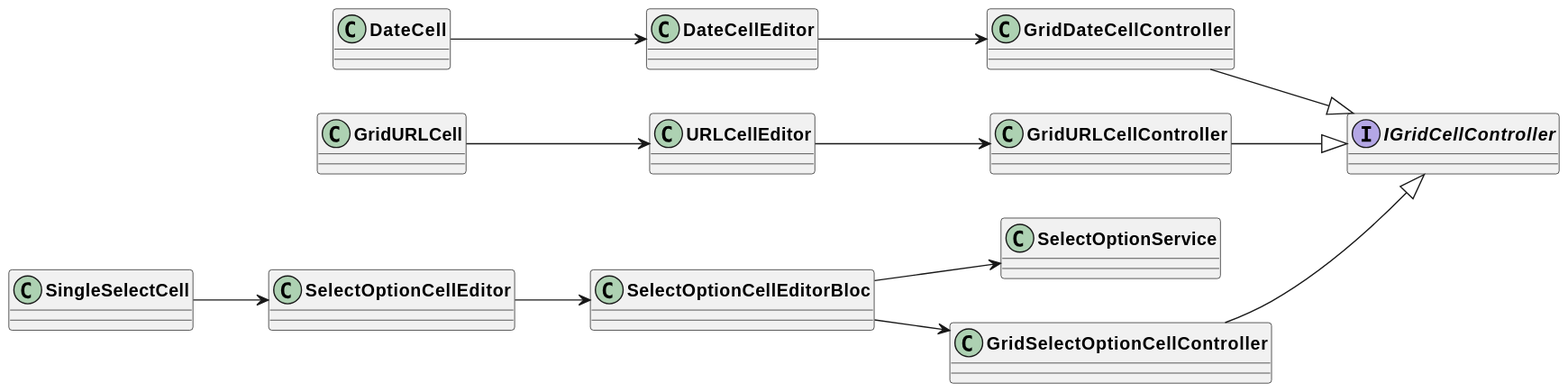
Above: uml/output/Grid_Cell_Edit.svg in AppFlowy-IO/AppFlowy-Docs (PlantUML), before the change. Source of this version:
```plantuml
@startuml Grid Cell Edit
skinparam classFontStyle Bold
skinparam ActivityBackgroundColor Silver
skinparam ActivityBorderColor DimGray
left to right direction

class SelectOptionService
class SelectOptionCellEditorBloc
interface IGridCellController


SingleSelectCell --> SelectOptionCellEditor
SelectOptionCellEditor --> SelectOptionCellEditorBloc

SelectOptionCellEditorBloc --> SelectOptionService
SelectOptionCellEditorBloc --> GridSelectOptionCellController
GridSelectOptionCellController --|> IGridCellController


DateCell --> DateCellEditor
DateCellEditor --> GridDateCellController
GridDateCellController --|> IGridCellController

GridURLCell --> URLCellEditor
URLCellEditor --> GridURLCellController
GridURLCellController --|> IGridCellController

@enduml
```
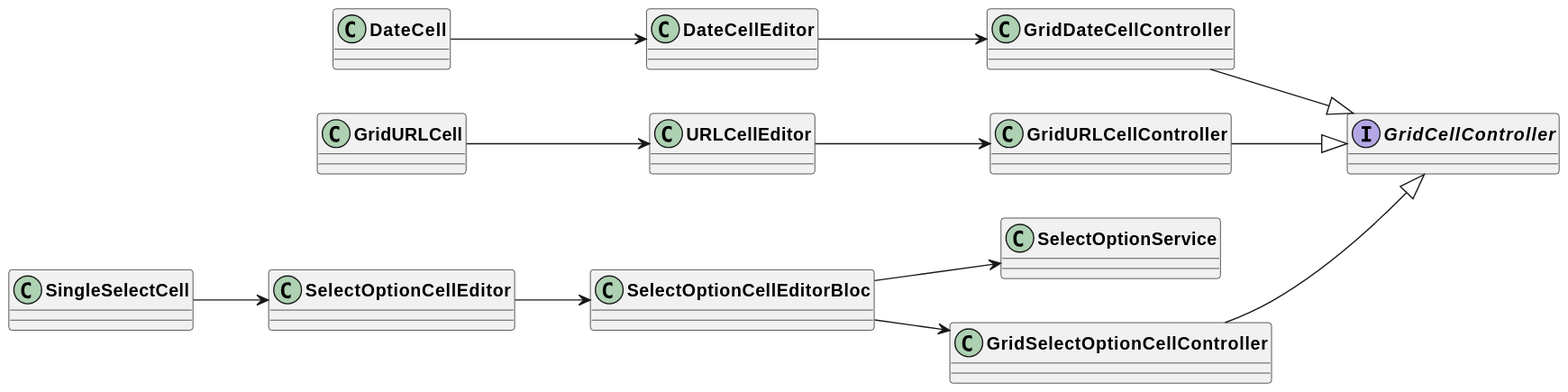
After the change.

What changed in the source:
```diff
@@ -6,7 +6,7 @@
 
 class SelectOptionService
 class SelectOptionCellEditorBloc
-interface IGridCellController
+interface GridCellController
 
 
 SingleSelectCell --> SelectOptionCellEditor
@@ -14,15 +14,15 @@
 
 SelectOptionCellEditorBloc --> SelectOptionService
 SelectOptionCellEditorBloc --> GridSelectOptionCellController
-GridSelectOptionCellController --|> IGridCellController
+GridSelectOptionCellController --|> GridCellController
 
 
 DateCell --> DateCellEditor
 DateCellEditor --> GridDateCellController
-GridDateCellController --|> IGridCellController
+GridDateCellController --|> GridCellController
 
 GridURLCell --> URLCellEditor
 URLCellEditor --> GridURLCellController
-GridURLCellController --|> IGridCellController
+GridURLCellController --|> GridCellController
 
 @enduml
```
